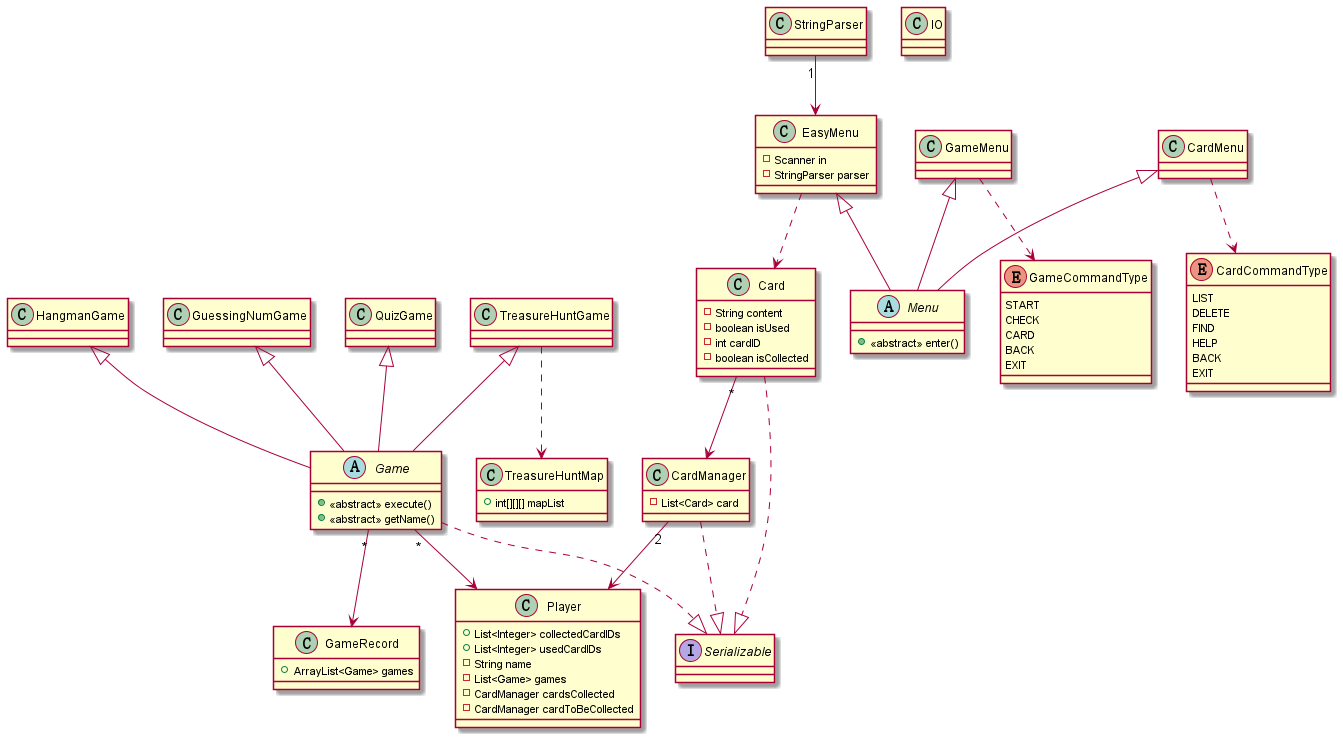
oneScotch/tp keeps this PlantUML diagram as diagrams/Class.png. Above is the earlier version. The source it was exported from:
```plantuml
@startuml

abstract class Game
abstract class Menu
interface Serializable

HangmanGame <|-- Game
GuessingNumGame <|-- Game
QuizGame <|-- Game
TreasureHuntGame <|-- Game

EasyMenu ..> Card
TreasureHuntGame ..> TreasureHuntMap
GameMenu ..> GameCommandType
CardMenu ..> CardCommandType

Card"*" --> CardManager
CardManager"2" --> Player
Game"*" --> GameRecord
Game"*" --> Player
StringParser"1" --> EasyMenu

CardMenu <|-- Menu
EasyMenu <|-- Menu
GameMenu <|-- Menu

Game..|> Serializable
Card..|> Serializable
CardManager..|>Serializable

abstract class Game {
+<<abstract>> execute()
+<<abstract>> getName()
}

abstract class Menu {
+<<abstract>> enter()
}

class Card {
-String content
-boolean isUsed
-int cardID
-boolean isCollected
}

class CardManager {
-List<Card> card
}

class GameRecord {
+ArrayList<Game> games
}

class EasyMenu {
-Scanner in
-StringParser parser
}

class TreasureHuntMap {
+int[][][] mapList
}

class IO{
}

class Player{
+List<Integer> collectedCardIDs
+List<Integer> usedCardIDs
-String name
-List<Game> games
-CardManager cardsCollected
-CardManager cardToBeCollected
}

enum CardCommandType {
LIST
DELETE
FIND
HELP
BACK
EXIT
}

enum GameCommandType {
START
CHECK
CARD
BACK
EXIT
}

@enduml
```
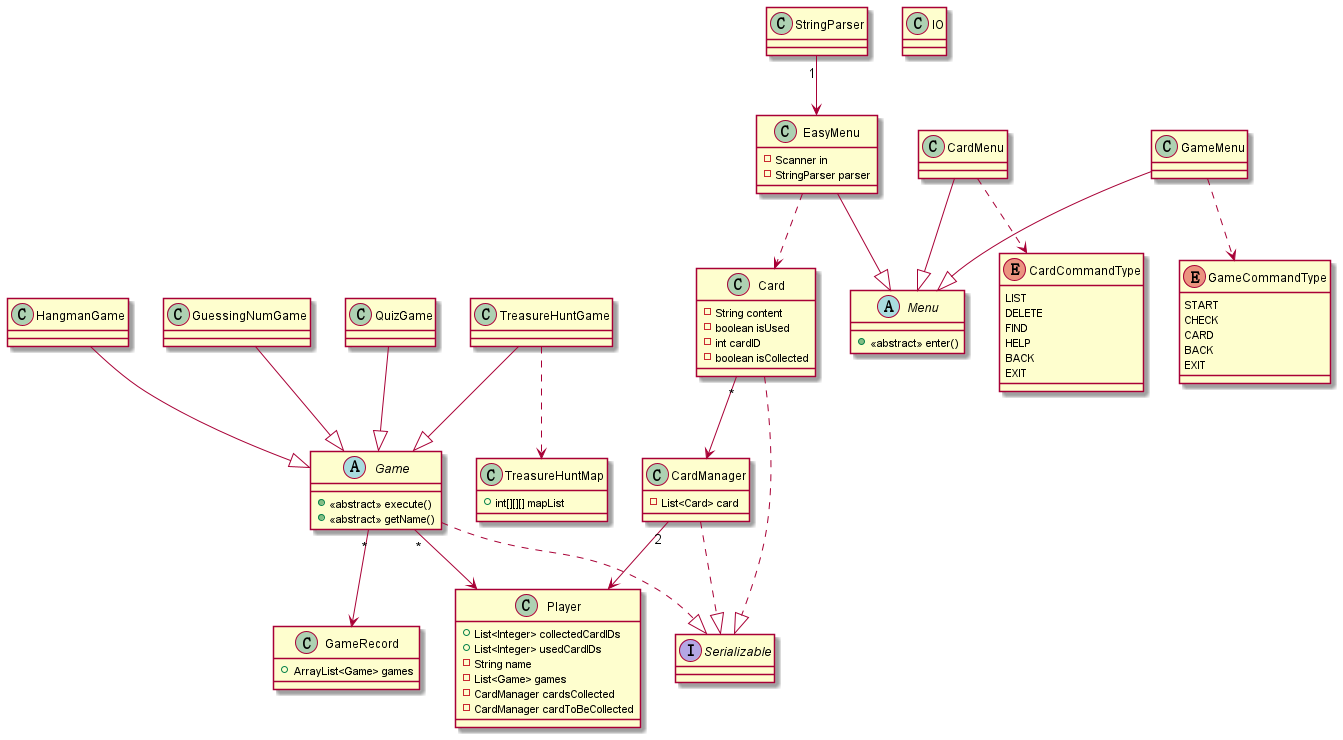
After the commit.

Commit message:
edit class diagram

Diff of the diagram source:
```diff
@@ -4,10 +4,14 @@
 abstract class Menu
 interface Serializable
 
-HangmanGame <|-- Game
-GuessingNumGame <|-- Game
-QuizGame <|-- Game
-TreasureHuntGame <|-- Game
+HangmanGame --|> Game
+GuessingNumGame --|> Game
+QuizGame --|> Game
+TreasureHuntGame --|> Game
+
+CardMenu --|> Menu
+EasyMenu --|> Menu
+GameMenu --|> Menu
 
 EasyMenu ..> Card
 TreasureHuntGame ..> TreasureHuntMap
@@ -20,9 +24,6 @@
 Game"*" --> Player
 StringParser"1" --> EasyMenu
 
-CardMenu <|-- Menu
-EasyMenu <|-- Menu
-GameMenu <|-- Menu
 
 Game..|> Serializable
 Card..|> Serializable
```
